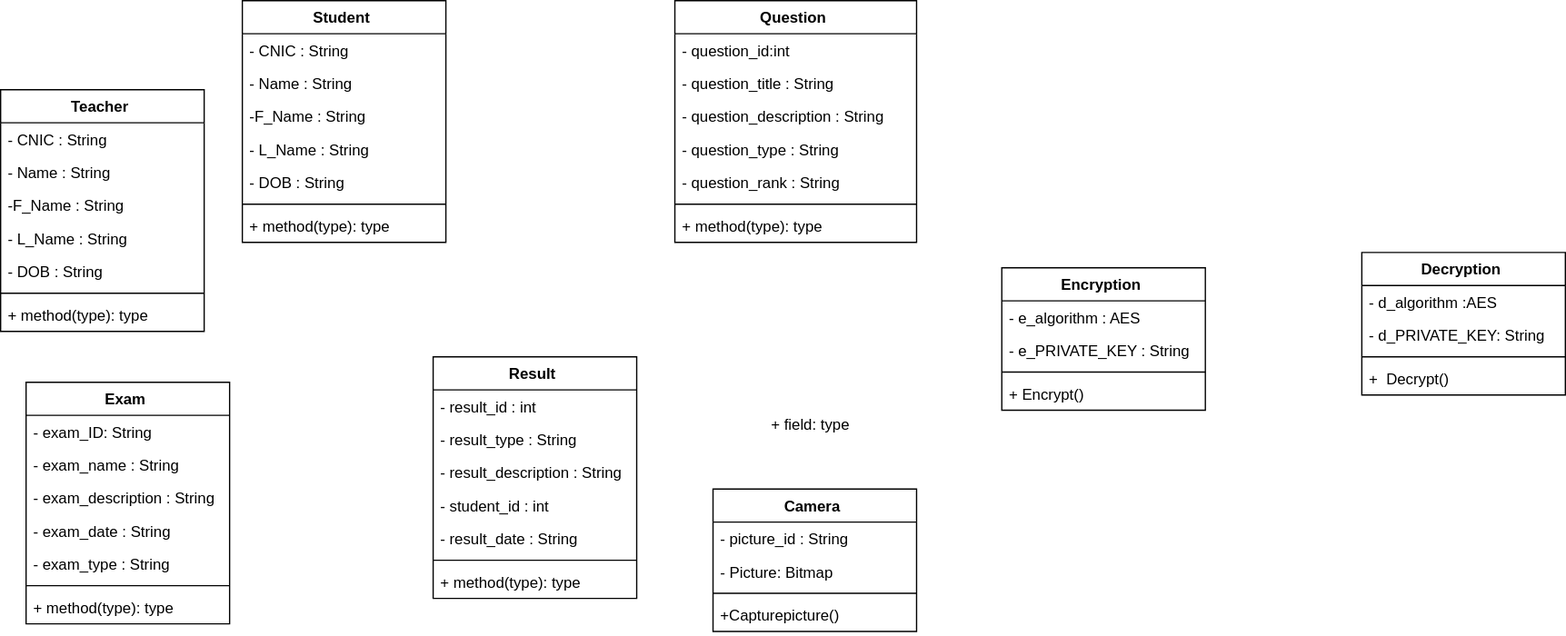
The draw.io diagram Class Diagram.drawio.svg in Zaeem6100/FYP-Documents, before a commit. Source tidied: cells renumbered, new cells last; positions are measured from the earlier drawing's top-left corner, leaving out a move shared by most shapes.
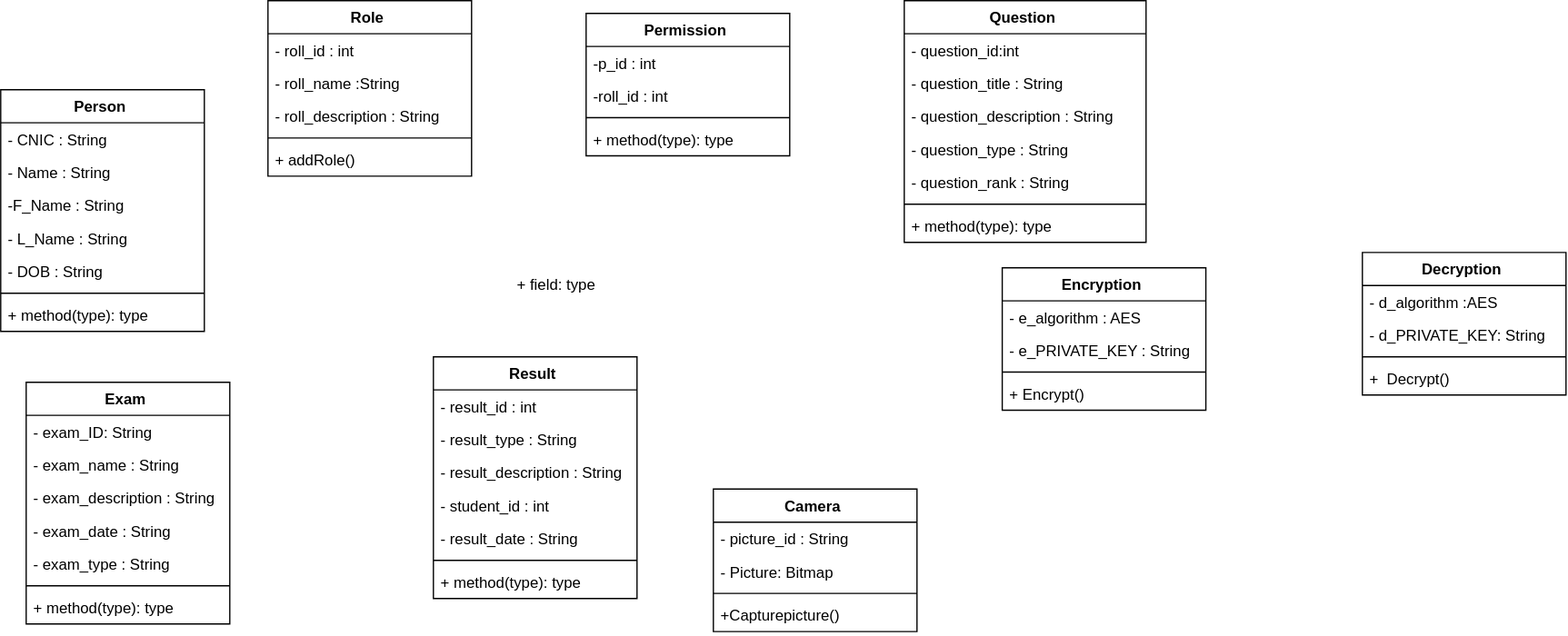
The same diagram one commit later.

Change to the diagram source:
```diff
@@ -2,34 +2,10 @@
   <root>
     <mxCell id="0" />
     <mxCell id="1" parent="0" />
-    <mxCell id="2" value="Student " style="swimlane;fontStyle=1;align=center;verticalAlign=top;horizontal=1;startSize=26;" parent="1" vertex="1">
-      <mxGeometry x="190" width="160" height="190" as="geometry" />
-    </mxCell>
-    <mxCell id="3" value="- CNIC : String&#10; " style="text;strokeColor=none;fillColor=none;align=left;verticalAlign=top;spacingLeft=4;spacingRight=4;overflow=hidden;" parent="2" vertex="1">
-      <mxGeometry y="26" width="160" height="26" as="geometry" />
-    </mxCell>
-    <mxCell id="4" value="- Name : String" style="text;strokeColor=none;fillColor=none;align=left;verticalAlign=top;spacingLeft=4;spacingRight=4;overflow=hidden;" parent="2" vertex="1">
-      <mxGeometry y="52" width="160" height="26" as="geometry" />
-    </mxCell>
-    <mxCell id="5" value="-F_Name : String" style="text;strokeColor=none;fillColor=none;align=left;verticalAlign=top;spacingLeft=4;spacingRight=4;overflow=hidden;" parent="2" vertex="1">
-      <mxGeometry y="78" width="160" height="26" as="geometry" />
-    </mxCell>
-    <mxCell id="6" value="- L_Name : String" style="text;strokeColor=none;fillColor=none;align=left;verticalAlign=top;spacingLeft=4;spacingRight=4;overflow=hidden;" parent="2" vertex="1">
-      <mxGeometry y="104" width="160" height="26" as="geometry" />
-    </mxCell>
-    <mxCell id="7" value="- DOB : String " style="text;strokeColor=none;fillColor=none;align=left;verticalAlign=top;spacingLeft=4;spacingRight=4;overflow=hidden;" parent="2" vertex="1">
-      <mxGeometry y="130" width="160" height="26" as="geometry" />
-    </mxCell>
-    <mxCell id="8" style="line;strokeWidth=1;fillColor=none;align=left;verticalAlign=middle;spacingTop=-1;spacingLeft=3;spacingRight=3;labelPosition=right;" parent="2" vertex="1">
-      <mxGeometry y="156" width="160" height="8" as="geometry" />
-    </mxCell>
-    <mxCell id="9" value="+ method(type): type" style="text;strokeColor=none;fillColor=none;align=left;verticalAlign=top;spacingLeft=4;spacingRight=4;overflow=hidden;" parent="2" vertex="1">
-      <mxGeometry y="164" width="160" height="26" as="geometry" />
-    </mxCell>
     <mxCell id="10" value="+ field: type" style="text;strokeColor=none;fillColor=none;align=left;verticalAlign=top;spacingLeft=4;spacingRight=4;overflow=hidden;" parent="1" vertex="1">
-      <mxGeometry x="600" y="320" width="160" height="26" as="geometry" />
+      <mxGeometry x="400" y="210" width="160" height="26" as="geometry" />
     </mxCell>
-    <mxCell id="11" value="Teacher " style="swimlane;fontStyle=1;align=center;verticalAlign=top;horizontal=1;startSize=26;" parent="1" vertex="1">
+    <mxCell id="11" value="Person " style="swimlane;fontStyle=1;align=center;verticalAlign=top;horizontal=1;startSize=26;" parent="1" vertex="1">
       <mxGeometry y="70" width="160" height="190" as="geometry" />
     </mxCell>
     <mxCell id="12" value="- CNIC : String&#10; " style="text;strokeColor=none;fillColor=none;align=left;verticalAlign=top;spacingLeft=4;spacingRight=4;overflow=hidden;" parent="11" vertex="1">
@@ -78,7 +54,7 @@
       <mxGeometry y="164" width="160" height="26" as="geometry" />
     </mxCell>
     <mxCell id="27" value="Question " style="swimlane;fontStyle=1;align=center;verticalAlign=top;horizontal=1;startSize=26;" parent="1" vertex="1">
-      <mxGeometry x="530" width="190" height="190" as="geometry" />
+      <mxGeometry x="710" width="190" height="190" as="geometry" />
     </mxCell>
     <mxCell id="28" value="- question_id:int " style="text;strokeColor=none;fillColor=none;align=left;verticalAlign=top;spacingLeft=4;spacingRight=4;overflow=hidden;" parent="27" vertex="1">
       <mxGeometry y="26" width="190" height="26" as="geometry" />
@@ -170,5 +146,38 @@
     <mxCell id="57" value="+  Decrypt()" style="text;strokeColor=none;fillColor=none;align=left;verticalAlign=top;spacingLeft=4;spacingRight=4;overflow=hidden;" parent="53" vertex="1">
       <mxGeometry y="86" width="160" height="26" as="geometry" />
     </mxCell>
+    <mxCell id="58" value="Role " style="swimlane;fontStyle=1;align=center;verticalAlign=top;horizontal=1;startSize=26;" parent="1" vertex="1">
+      <mxGeometry x="210" width="160" height="138" as="geometry" />
+    </mxCell>
+    <mxCell id="59" value="- roll_id : int" style="text;strokeColor=none;fillColor=none;align=left;verticalAlign=top;spacingLeft=4;spacingRight=4;overflow=hidden;" parent="58" vertex="1">
+      <mxGeometry y="26" width="160" height="26" as="geometry" />
+    </mxCell>
+    <mxCell id="60" value="- roll_name :String" style="text;strokeColor=none;fillColor=none;align=left;verticalAlign=top;spacingLeft=4;spacingRight=4;overflow=hidden;" parent="58" vertex="1">
+      <mxGeometry y="52" width="160" height="26" as="geometry" />
+    </mxCell>
+    <mxCell id="61" value="- roll_description : String " style="text;strokeColor=none;fillColor=none;align=left;verticalAlign=top;spacingLeft=4;spacingRight=4;overflow=hidden;" parent="58" vertex="1">
+      <mxGeometry y="78" width="160" height="26" as="geometry" />
+    </mxCell>
+    <mxCell id="62" style="line;strokeWidth=1;fillColor=none;align=left;verticalAlign=middle;spacingTop=-1;spacingLeft=3;spacingRight=3;labelPosition=right;" parent="58" vertex="1">
+      <mxGeometry y="104" width="160" height="8" as="geometry" />
+    </mxCell>
+    <mxCell id="63" value="+ addRole()" style="text;strokeColor=none;fillColor=none;align=left;verticalAlign=top;spacingLeft=4;spacingRight=4;overflow=hidden;" parent="58" vertex="1">
+      <mxGeometry y="112" width="160" height="26" as="geometry" />
+    </mxCell>
+    <mxCell id="64" value="Permission " style="swimlane;fontStyle=1;align=center;verticalAlign=top;horizontal=1;startSize=26;" parent="1" vertex="1">
+      <mxGeometry x="460" y="10" width="160" height="112" as="geometry" />
+    </mxCell>
+    <mxCell id="65" value="-p_id : int" style="text;strokeColor=none;fillColor=none;align=left;verticalAlign=top;spacingLeft=4;spacingRight=4;overflow=hidden;" parent="64" vertex="1">
+      <mxGeometry y="26" width="160" height="26" as="geometry" />
+    </mxCell>
+    <mxCell id="66" value="-roll_id : int" style="text;strokeColor=none;fillColor=none;align=left;verticalAlign=top;spacingLeft=4;spacingRight=4;overflow=hidden;" parent="64" vertex="1">
+      <mxGeometry y="52" width="160" height="26" as="geometry" />
+    </mxCell>
+    <mxCell id="67" style="line;strokeWidth=1;fillColor=none;align=left;verticalAlign=middle;spacingTop=-1;spacingLeft=3;spacingRight=3;labelPosition=right;" parent="64" vertex="1">
+      <mxGeometry y="78" width="160" height="8" as="geometry" />
+    </mxCell>
+    <mxCell id="9" value="+ method(type): type" style="text;strokeColor=none;fillColor=none;align=left;verticalAlign=top;spacingLeft=4;spacingRight=4;overflow=hidden;" parent="64" vertex="1">
+      <mxGeometry y="86" width="160" height="26" as="geometry" />
+    </mxCell>
   </root>
 </mxGraphModel>
```
